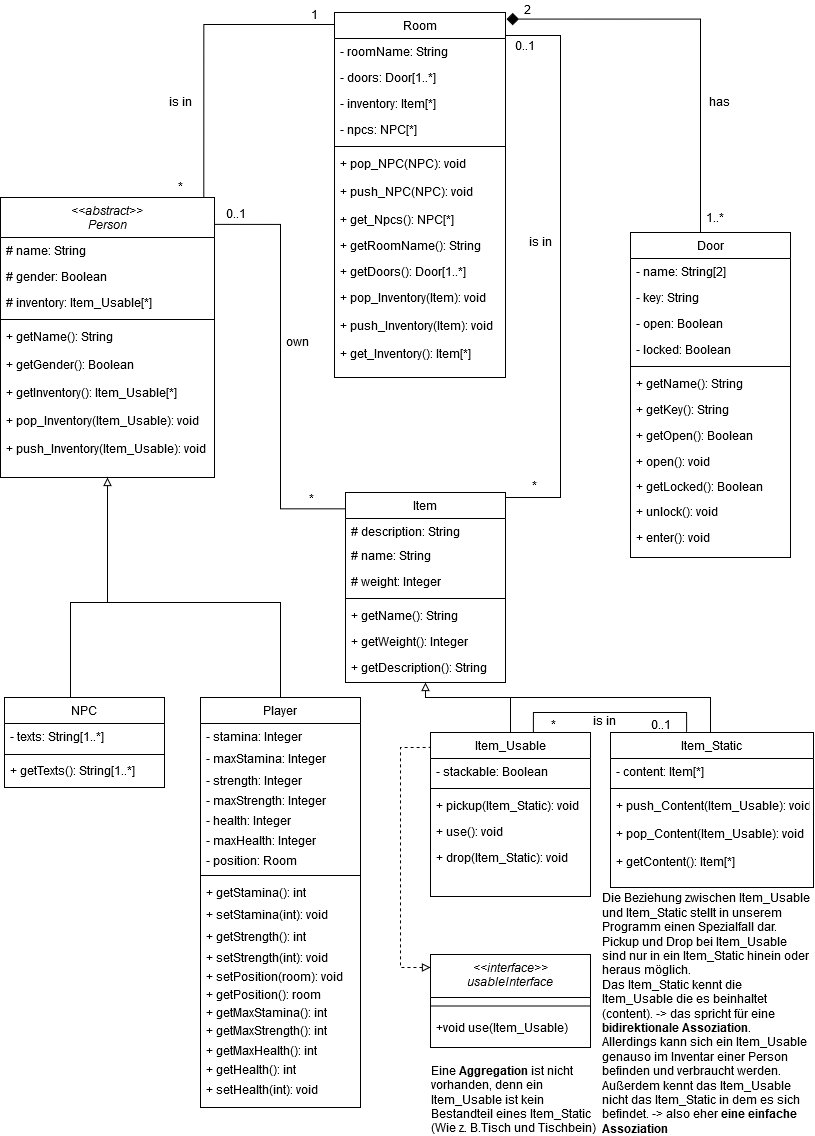
Elegond/AE-Text-Adventure keeps this draw.io diagram as Klassendiagram.png. Above is the earlier version. Source tidied: cells renumbered, new cells last; positions are measured from the earlier drawing's top-left corner, leaving out a move shared by most shapes.
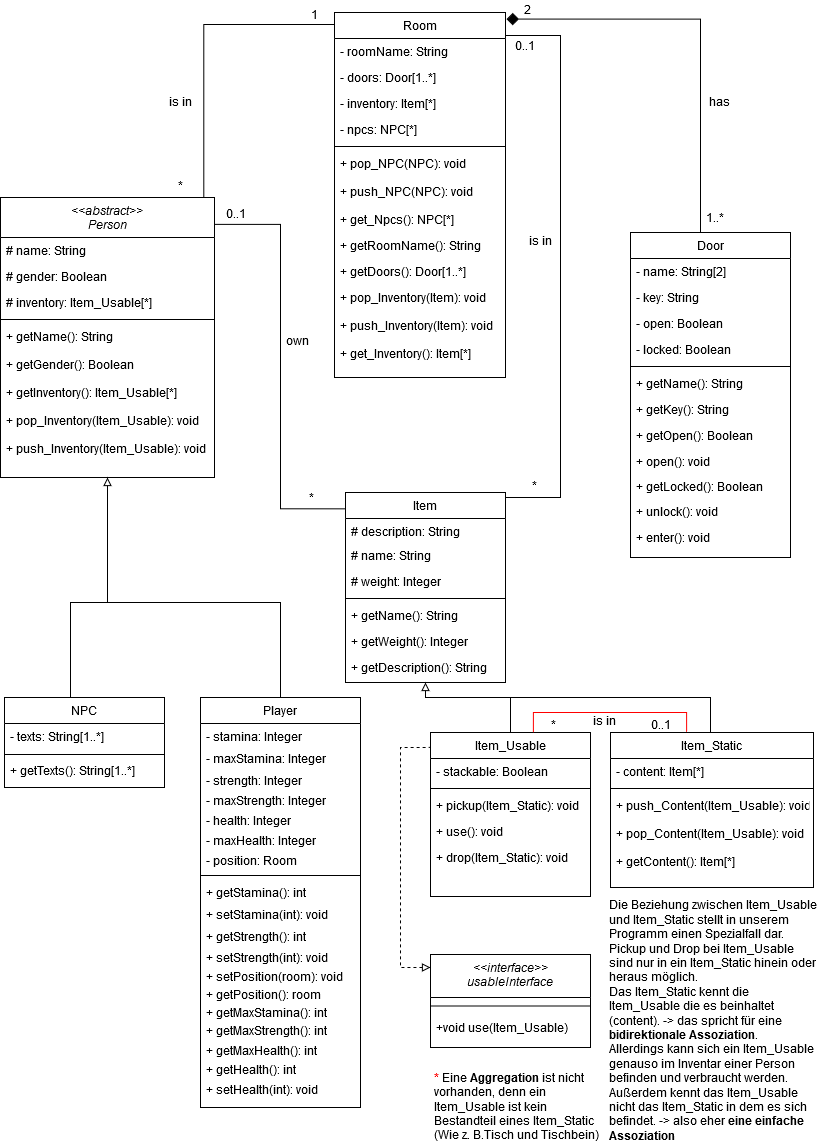
After the commit.

Diff of the diagram source:
```diff
@@ -270,7 +270,7 @@
         </Array>
       </mxGeometry>
     </mxCell>
-    <mxCell id="77" style="edgeStyle=orthogonalEdgeStyle;rounded=0;jettySize=auto;html=1;endArrow=none;endFill=0;exitX=0.643;exitY=-0.001;exitDx=0;exitDy=0;exitPerimeter=0;entryX=0.375;entryY=-0.004;entryDx=0;entryDy=0;entryPerimeter=0;startArrow=none;startFill=0;strokeWidth=1;endSize=7;startSize=7;" parent="1" edge="1" source="45" target="38">
+    <mxCell id="77" style="edgeStyle=orthogonalEdgeStyle;rounded=0;jettySize=auto;html=1;endArrow=none;endFill=0;exitX=0.643;exitY=-0.001;exitDx=0;exitDy=0;exitPerimeter=0;entryX=0.375;entryY=-0.004;entryDx=0;entryDy=0;entryPerimeter=0;startArrow=none;startFill=0;strokeWidth=1;endSize=7;startSize=7;strokeColor=#FF0000;" parent="1" edge="1" source="45" target="38">
       <mxGeometry relative="1" as="geometry">
         <Array as="points">
           <mxPoint x="553" y="712" />
@@ -385,10 +385,10 @@
       <mxGeometry x="630" y="524" width="160" height="26" as="geometry" />
     </mxCell>
     <mxCell id="111" value="&lt;div&gt;Die Beziehung zwischen Item_Usable und Item_Static stellt in unserem Programm einen Spezialfall dar.&lt;/div&gt;&lt;div&gt;Pickup und Drop bei Item_Usable sind nur in ein Item_Static hinein oder heraus möglich. &lt;br&gt;&lt;/div&gt;&lt;div&gt;Das Item_Static kennt die Item_Usable die es beinhaltet (content). -&amp;gt; das spricht für eine &lt;b&gt;bidirektionale Assoziation&lt;/b&gt;.&lt;/div&gt;&lt;div&gt;Allerdings kann sich ein Item_Usable genauso im Inventar einer Person befinden und verbraucht werden. Außerdem kennt das Item_Usable nicht das Item_Static in dem es sich befindet. -&amp;gt; also eher&lt;b&gt; eine einfache Assoziation&lt;/b&gt;&lt;br&gt;&lt;/div&gt;" style="text;html=1;strokeColor=none;fillColor=none;align=left;verticalAlign=middle;whiteSpace=wrap;rounded=0;" parent="1" vertex="1">
-      <mxGeometry x="600" y="1002.5" width="213" height="20" as="geometry" />
+      <mxGeometry x="607" y="1009.5" width="213" height="20" as="geometry" />
     </mxCell>
-    <mxCell id="112" value="&lt;div align=&quot;left&quot;&gt;Eine &lt;b&gt;Aggregation&lt;/b&gt; ist nicht vorhanden, denn ein Item_Usable ist kein Bestandteil eines Item_Static (Wie z. B.Tisch und Tischbein)&lt;br&gt;&lt;/div&gt;" style="text;html=1;strokeColor=none;fillColor=none;align=center;verticalAlign=middle;whiteSpace=wrap;rounded=0;" parent="1" vertex="1">
-      <mxGeometry x="430" y="1089" width="170" height="20" as="geometry" />
+    <mxCell id="112" value="&lt;div align=&quot;left&quot;&gt;&lt;font color=&quot;#FF0000&quot;&gt;*&lt;/font&gt; Eine &lt;b&gt;Aggregation&lt;/b&gt; ist nicht vorhanden, denn ein Item_Usable ist kein Bestandteil eines Item_Static (Wie z. B.Tisch und Tischbein)&lt;br&gt;&lt;/div&gt;" style="text;html=1;strokeColor=none;fillColor=none;align=center;verticalAlign=middle;whiteSpace=wrap;rounded=0;" parent="1" vertex="1">
+      <mxGeometry x="433" y="1096" width="174" height="20" as="geometry" />
     </mxCell>
   </root>
 </mxGraphModel>
```
